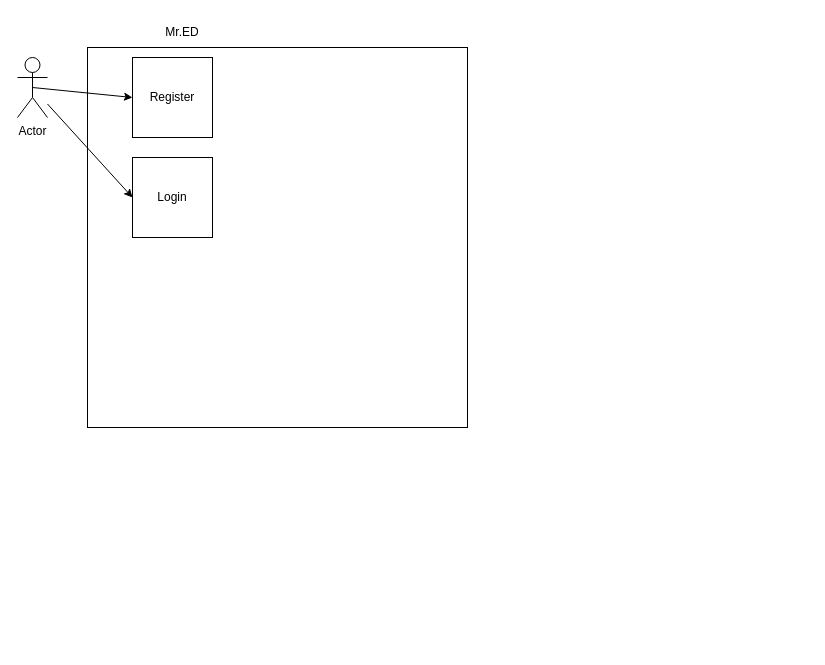
This is Roadmap.drawio from uvic-teach/project-m1-team8, a draw.io file, before an edit. Source tidied: cells renumbered, new cells numbered last; positions are measured from the earlier drawing's top-left corner, leaving out a move shared by most shapes. Both pictures are drawn from the tidied source at 100%, with x=0, y=0 at pixel (17, 17).
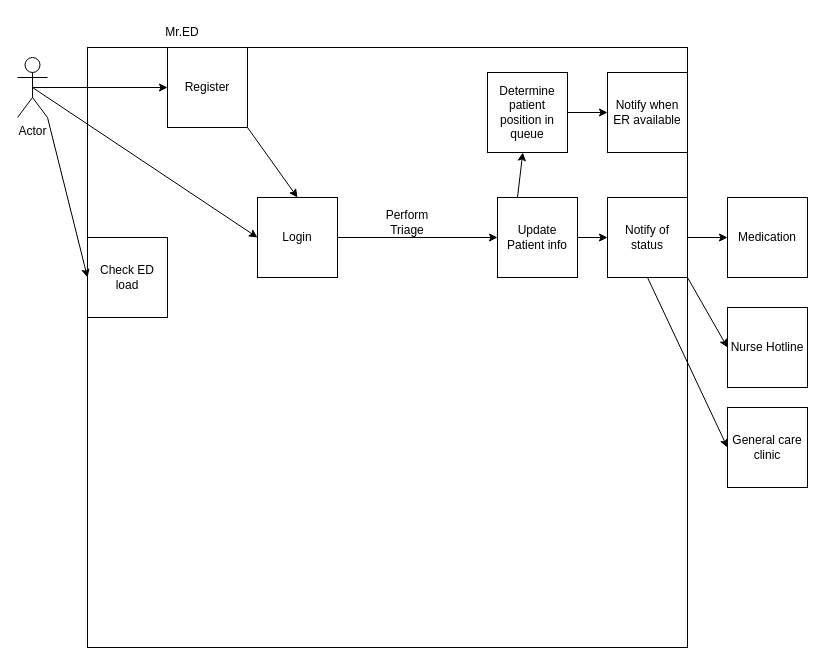
The same page after the edit.

Commit message:
added end results

The change refers to these unchanged cells:
```xml
<mxCell id="2" value="Actor" style="shape=umlActor;verticalLabelPosition=bottom;verticalAlign=top;html=1;outlineConnect=0;" parent="1" vertex="1">
  <mxGeometry y="40" width="30" height="60" as="geometry" />
</mxCell>
```

Change to the diagram source:
```diff
@@
     <mxCell id="3" style="whiteSpace=wrap;html=1;" parent="1" vertex="1">
-      <mxGeometry x="70" y="30" width="380" height="380" as="geometry" />
+      <mxGeometry x="70" y="30" width="600" height="600" as="geometry" />
     </mxCell>
@@
     <mxCell id="5" value="Register" style="whiteSpace=wrap;html=1;" parent="1" vertex="1">
-      <mxGeometry x="115" y="40" width="80" height="80" as="geometry" />
+      <mxGeometry x="150" y="30" width="80" height="80" as="geometry" />
     </mxCell>
     <mxCell id="6" value="Login" style="whiteSpace=wrap;html=1;" parent="1" vertex="1">
-      <mxGeometry x="115" y="140" width="80" height="80" as="geometry" />
+      <mxGeometry x="240" y="180" width="80" height="80" as="geometry" />
     </mxCell>
@@
-    <mxCell id="8" style="endArrow=classic;html=1;rounded=0;entryX=0;entryY=0.5;entryDx=0;entryDy=0;" parent="1" edge="1" source="2" target="6">
+    <mxCell id="8" style="endArrow=classic;html=1;rounded=0;entryX=0;entryY=0.5;entryDx=0;entryDy=0;exitX=0.5;exitY=0.5;exitDx=0;exitDy=0;exitPerimeter=0;" parent="1" edge="1" source="2" target="6">
       <mxGeometry relative="1" as="geometry" />
     </mxCell>
+    <mxCell id="9" value="Check ED load" style="whiteSpace=wrap;html=1;" parent="1" vertex="1">
+      <mxGeometry x="70" y="220" width="80" height="80" as="geometry" />
+    </mxCell>
+    <mxCell id="10" style="endArrow=classic;html=1;rounded=0;entryX=0;entryY=0.5;entryDx=0;entryDy=0;exitX=1;exitY=1;exitDx=0;exitDy=0;exitPerimeter=0;" parent="1" edge="1" source="2" target="9">
+      <mxGeometry relative="1" as="geometry" />
+    </mxCell>
+    <mxCell id="11" style="endArrow=classic;html=1;rounded=0;exitX=1;exitY=1;exitDx=0;exitDy=0;entryX=0.5;entryY=0;entryDx=0;entryDy=0;" parent="1" edge="1" source="5" target="6">
+      <mxGeometry relative="1" as="geometry" />
+    </mxCell>
+    <mxCell id="12" value="Notify when ER available" style="whiteSpace=wrap;html=1;" parent="1" vertex="1">
+      <mxGeometry x="590" y="55" width="80" height="80" as="geometry" />
+    </mxCell>
+    <mxCell id="13" value="Medication" style="whiteSpace=wrap;html=1;" parent="1" vertex="1">
+      <mxGeometry x="710" y="180" width="80" height="80" as="geometry" />
+    </mxCell>
+    <mxCell id="14" value="Nurse Hotline" style="whiteSpace=wrap;html=1;" parent="1" vertex="1">
+      <mxGeometry x="710" y="290" width="80" height="80" as="geometry" />
+    </mxCell>
+    <mxCell id="15" style="endArrow=classic;html=1;rounded=0;exitX=0.25;exitY=0;exitDx=0;exitDy=0;" parent="1" edge="1" source="18" target="16">
+      <mxGeometry relative="1" as="geometry" />
+    </mxCell>
+    <mxCell id="16" value="Determine patient position in queue" style="whiteSpace=wrap;html=1;" parent="1" vertex="1">
+      <mxGeometry x="470" y="55" width="80" height="80" as="geometry" />
+    </mxCell>
+    <mxCell id="17" style="endArrow=classic;html=1;rounded=0;entryX=0;entryY=0.5;entryDx=0;entryDy=0;exitX=1;exitY=0.5;exitDx=0;exitDy=0;" parent="1" edge="1" source="16" target="12">
+      <mxGeometry relative="1" as="geometry" />
+    </mxCell>
+    <mxCell id="18" value="Update Patient info" style="whiteSpace=wrap;html=1;" parent="1" vertex="1">
+      <mxGeometry x="480" y="180" width="80" height="80" as="geometry" />
+    </mxCell>
+    <mxCell id="19" style="endArrow=classic;html=1;rounded=0;exitX=1;exitY=0.5;exitDx=0;exitDy=0;entryX=0;entryY=0.5;entryDx=0;entryDy=0;" parent="1" edge="1" source="6" target="18">
+      <mxGeometry relative="1" as="geometry" />
+    </mxCell>
+    <mxCell id="20" value="Perform Triage" style="text;html=1;strokeColor=none;fillColor=none;align=center;verticalAlign=middle;whiteSpace=wrap;rounded=0;" parent="1" vertex="1">
+      <mxGeometry x="360" y="190" width="60" height="30" as="geometry" />
+    </mxCell>
+    <mxCell id="21" value="General care clinic" style="whiteSpace=wrap;html=1;" parent="1" vertex="1">
+      <mxGeometry x="710" y="390" width="80" height="80" as="geometry" />
+    </mxCell>
+    <mxCell id="22" value="Notify of status" style="whiteSpace=wrap;html=1;" parent="1" vertex="1">
+      <mxGeometry x="590" y="180" width="80" height="80" as="geometry" />
+    </mxCell>
+    <mxCell id="23" style="endArrow=classic;html=1;rounded=0;entryX=0;entryY=0.5;entryDx=0;entryDy=0;exitX=1;exitY=0.5;exitDx=0;exitDy=0;" parent="1" edge="1" source="18" target="22">
+      <mxGeometry relative="1" as="geometry" />
+    </mxCell>
+    <mxCell id="24" style="endArrow=classic;html=1;rounded=0;entryX=0;entryY=0.5;entryDx=0;entryDy=0;exitX=1;exitY=1;exitDx=0;exitDy=0;" parent="1" edge="1" source="22" target="14">
+      <mxGeometry relative="1" as="geometry" />
+    </mxCell>
+    <mxCell id="25" style="endArrow=classic;html=1;rounded=0;entryX=0;entryY=0.5;entryDx=0;entryDy=0;exitX=1;exitY=0.5;exitDx=0;exitDy=0;" parent="1" edge="1" source="22" target="13">
+      <mxGeometry relative="1" as="geometry" />
+    </mxCell>
+    <mxCell id="26" style="endArrow=classic;html=1;rounded=0;entryX=0;entryY=0.5;entryDx=0;entryDy=0;exitX=0.5;exitY=1;exitDx=0;exitDy=0;" parent="1" edge="1" source="22" target="21">
+      <mxGeometry relative="1" as="geometry" />
+    </mxCell>
```
